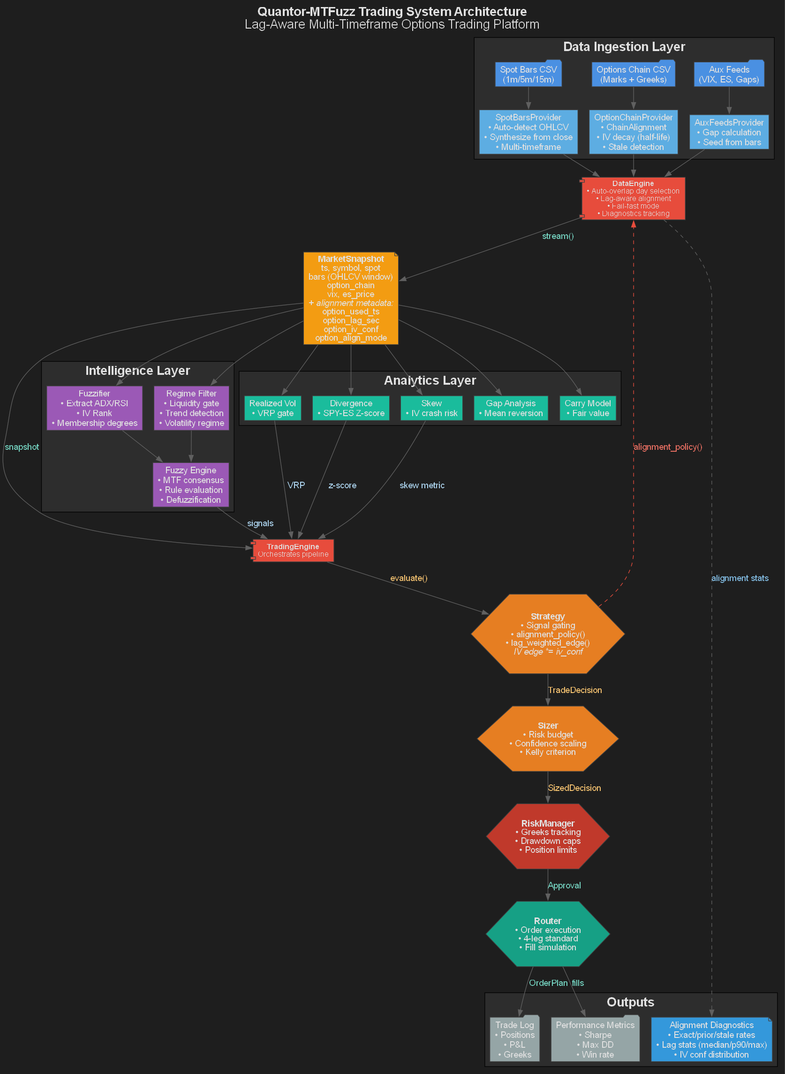
The Graphviz diagram docs/architecture/system_overview.png in trextrader/spy-iron-condor-trading, before a commit. Its source is kept beside it as docs/architecture/system_overview.dot.
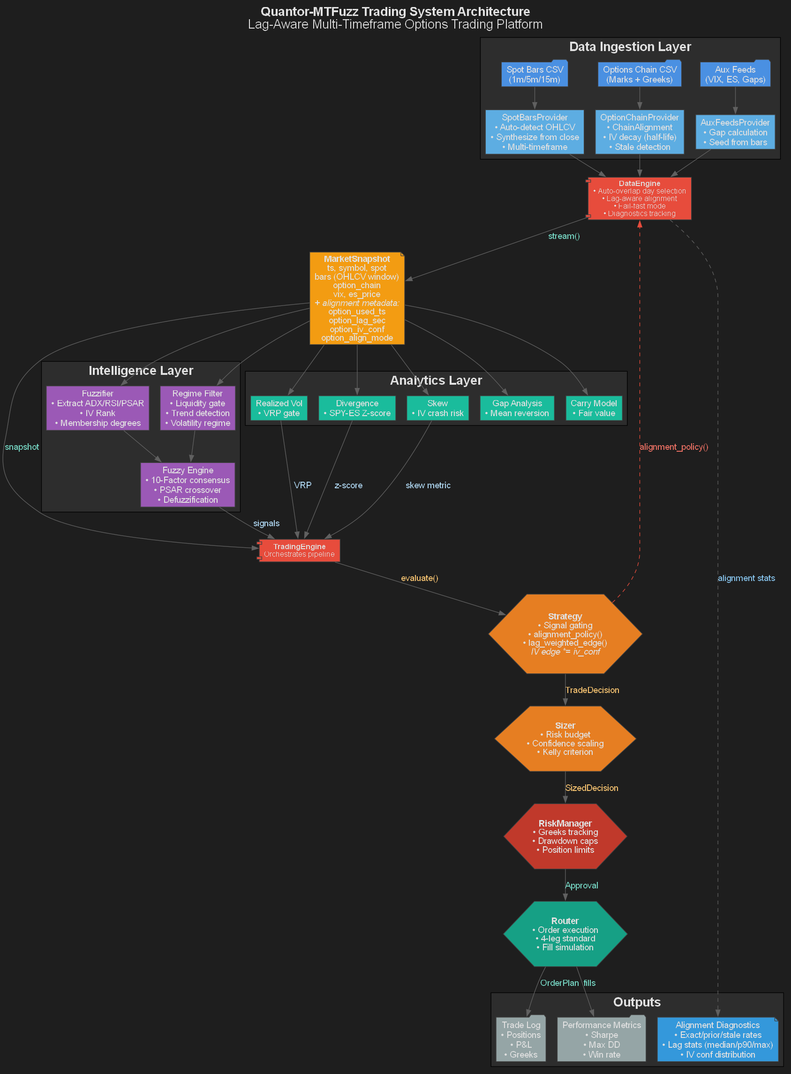
After the commit.

The edit, as a diff of the source:
```diff
@@ -33,9 +33,9 @@
         style=filled;
         fillcolor="#2d2d2d";
 
-        fuzzifier [label="Fuzzifier\n• Extract ADX/RSI\n• IV Rank\n• Membership degrees", shape=box, fillcolor="#9b59b6"];
+        fuzzifier [label="Fuzzifier\n• Extract ADX/RSI/PSAR\n• IV Rank\n• Membership degrees", shape=box, fillcolor="#9b59b6"];
         regime_filter [label="Regime Filter\n• Liquidity gate\n• Trend detection\n• Volatility regime", shape=box, fillcolor="#9b59b6"];
-        fuzzy_engine [label="Fuzzy Engine\n• MTF consensus\n• Rule evaluation\n• Defuzzification", shape=box, fillcolor="#9b59b6"];
+        fuzzy_engine [label="Fuzzy Engine\n• 10-Factor consensus\n• PSAR crossover\n• Defuzzification", shape=box, fillcolor="#9b59b6"];
     }
 
     subgraph cluster_analytics {
```
